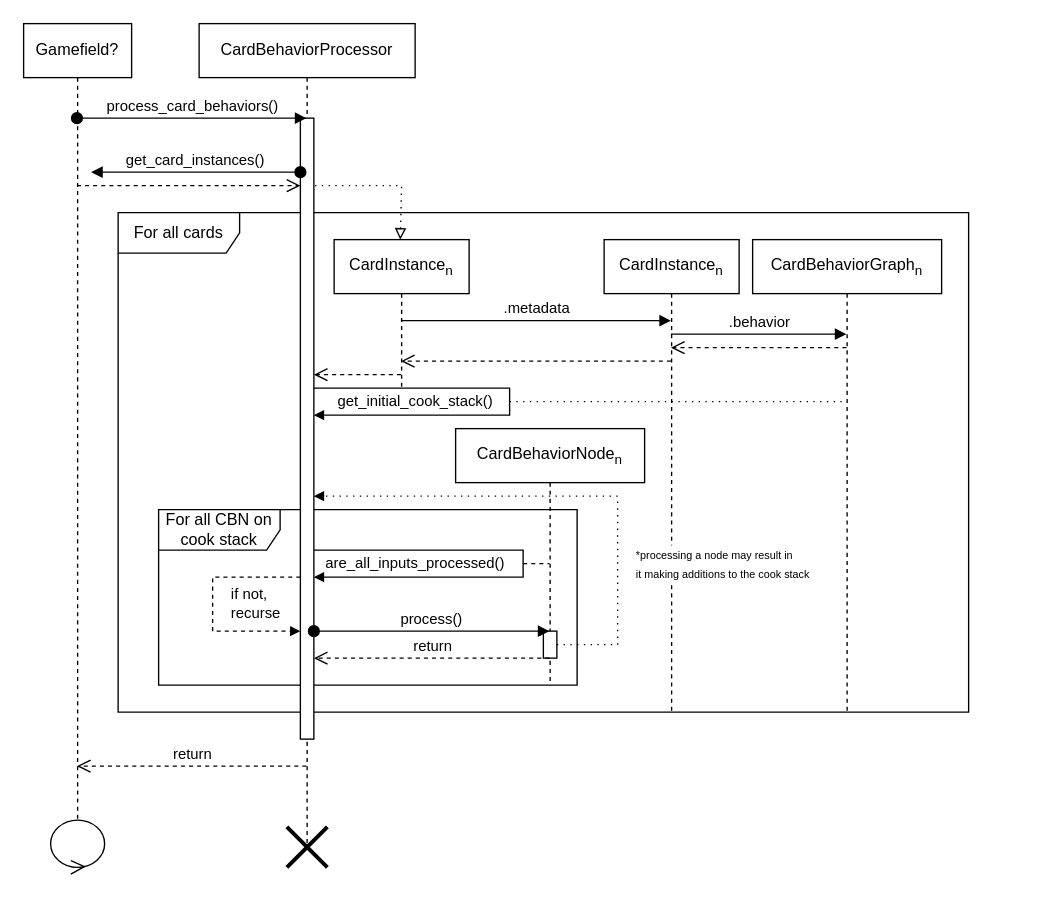
The draw.io diagram page "BehaviorProcessingSequence" (3 of 3) of uml/card-functionality-framework.dio in NobleMetalLabs/draft-game, before the edit. Source tidied: cells renumbered, new cells numbered last; positions are measured from the earlier drawing's top-left corner, leaving out a move shared by most shapes. Both pictures are drawn from the tidied source at 135%, with x=0, y=0 at pixel (23, 23).
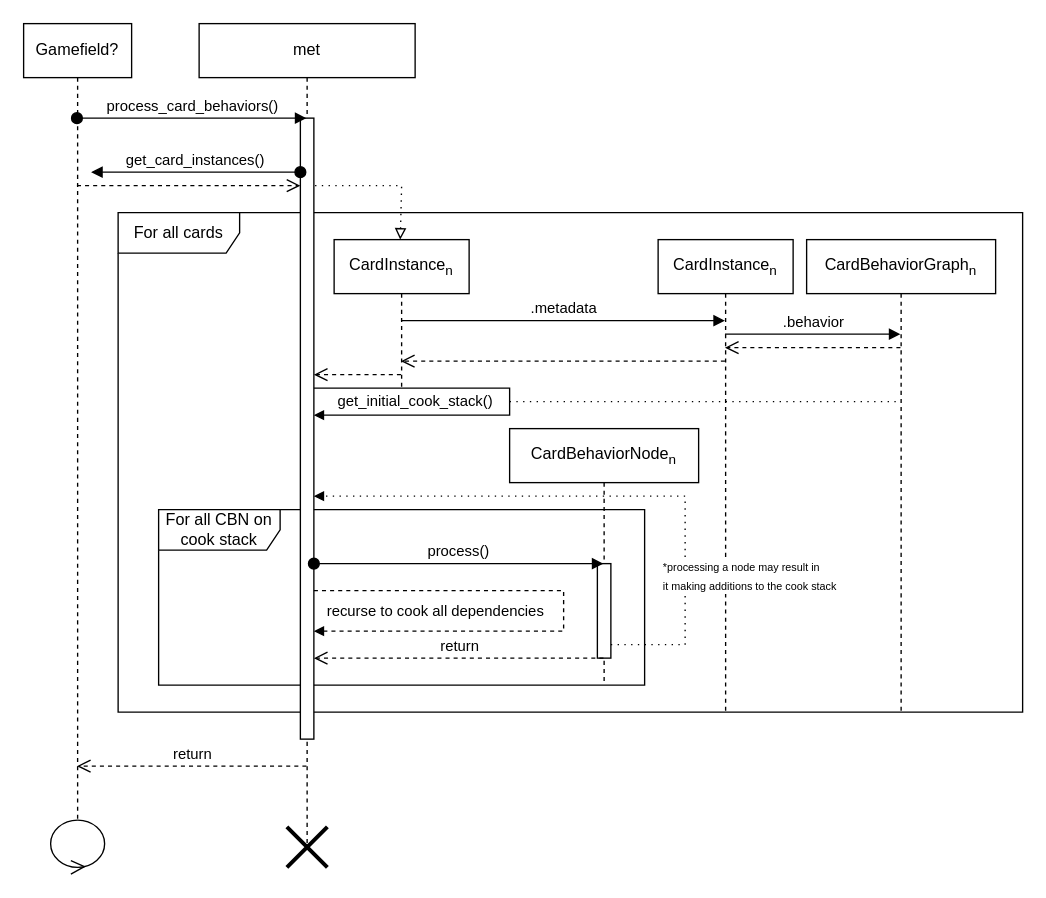
After the change.

Unchanged cells that the change refers to:
```xml
<mxCell id="5" style="html=1;points=[];perimeter=orthogonalPerimeter;" parent="4" vertex="1">
  <mxGeometry x="75" y="70" width="10" height="460" as="geometry" />
</mxCell>
```

Change to the diagram source:
```diff
@@
     <mxCell id="2" value="For all cards" style="shape=umlFrame;whiteSpace=wrap;html=1;width=90;height=30;" parent="1" vertex="1">
-      <mxGeometry x="70" y="140" width="630" height="370" as="geometry" />
+      <mxGeometry x="70" y="140" width="670" height="370" as="geometry" />
     </mxCell>
     <mxCell id="3" value="For all CBN on cook stack" style="shape=umlFrame;whiteSpace=wrap;html=1;width=90;height=30;" parent="1" vertex="1">
-      <mxGeometry x="100" y="360" width="310" height="130" as="geometry" />
+      <mxGeometry x="100" y="360" width="360" height="130" as="geometry" />
     </mxCell>
-    <mxCell id="4" value="CardBehaviorProcessor" style="shape=umlLifeline;perimeter=lifelinePerimeter;whiteSpace=wrap;html=1;outlineConnect=0;" parent="1" vertex="1">
+    <mxCell id="4" value="met" style="shape=umlLifeline;perimeter=lifelinePerimeter;whiteSpace=wrap;html=1;outlineConnect=0;" parent="1" vertex="1">
       <mxGeometry x="130" width="160" height="610" as="geometry" />
     </mxCell>
@@
-    <mxCell id="6" value="are_all_inputs_processed()" style="edgeStyle=orthogonalEdgeStyle;html=1;align=left;spacingLeft=2;endArrow=block;rounded=0;startSize=2;endSize=5;" parent="4" edge="1" source="5" target="5">
-      <mxGeometry x="-0.97" y="-10" relative="1" as="geometry">
-        <Array as="points">
-          <mxPoint x="240" y="390" />
-          <mxPoint x="240" y="410" />
-        </Array>
-      </mxGeometry>
-    </mxCell>
@@
-    <mxCell id="8" value="if not, &lt;br&gt;recurse" style="edgeStyle=orthogonalEdgeStyle;html=1;align=left;spacingLeft=2;endArrow=block;rounded=0;startSize=2;endSize=5;dashed=1;" parent="4" edge="1" source="5" target="5">
-      <mxGeometry y="10" relative="1" as="geometry">
+    <mxCell id="8" value="recurse to cook all dependencies" style="edgeStyle=orthogonalEdgeStyle;html=1;align=left;spacingLeft=2;endArrow=block;rounded=0;startSize=2;endSize=5;dashed=1;" parent="4" edge="1" source="5" target="5">
+      <mxGeometry x="0.97" y="-15" relative="1" as="geometry">
         <Array as="points">
-          <mxPoint x="10" y="410" />
-          <mxPoint x="10" y="450" />
+          <mxPoint x="270" y="420" />
+          <mxPoint x="270" y="450" />
         </Array>
       </mxGeometry>
     </mxCell>
@@
     <mxCell id="11" value="CardInstance&lt;sub&gt;n&lt;/sub&gt;" style="shape=umlLifeline;perimeter=lifelinePerimeter;whiteSpace=wrap;html=1;outlineConnect=0;" parent="1" vertex="1">
-      <mxGeometry x="430" y="160" width="100" height="350" as="geometry" />
+      <mxGeometry x="470" y="160" width="100" height="350" as="geometry" />
     </mxCell>
     <mxCell id="12" value="CardBehaviorGraph&lt;sub&gt;n&lt;/sub&gt;" style="shape=umlLifeline;perimeter=lifelinePerimeter;whiteSpace=wrap;html=1;outlineConnect=0;" parent="1" vertex="1">
-      <mxGeometry x="540" y="160" width="140" height="350" as="geometry" />
+      <mxGeometry x="580" y="160" width="140" height="350" as="geometry" />
     </mxCell>
@@
     <mxCell id="16" value="CardBehaviorNode&lt;sub&gt;n&lt;/sub&gt;" style="shape=umlLifeline;perimeter=lifelinePerimeter;whiteSpace=wrap;html=1;outlineConnect=0;" parent="1" vertex="1">
-      <mxGeometry x="320" y="300" width="140" height="190" as="geometry" />
+      <mxGeometry x="360" y="300" width="140" height="190" as="geometry" />
     </mxCell>
     <mxCell id="17" style="html=1;points=[];perimeter=orthogonalPerimeter;" parent="16" vertex="1">
-      <mxGeometry x="65" y="150" width="10" height="20" as="geometry" />
+      <mxGeometry x="65" y="100" width="10" height="70" as="geometry" />
     </mxCell>
-    <mxCell id="18" style="endArrow=none;dashed=1;html=1;rounded=0;startSize=2;endSize=5;" parent="1" edge="1" target="16">
-      <mxGeometry relative="1" as="geometry">
-        <mxPoint x="370" y="400" as="sourcePoint" />
-      </mxGeometry>
-    </mxCell>
     <mxCell id="19" value="process()" style="html=1;verticalAlign=bottom;startArrow=oval;startFill=1;endArrow=block;startSize=8;rounded=0;" parent="1" edge="1" source="5" target="16">
       <mxGeometry relative="1" as="geometry">
         <Array as="points">
-          <mxPoint x="330" y="450" />
+          <mxPoint x="330" y="400" />
         </Array>
       </mxGeometry>
     </mxCell>
@@
     <mxCell id="21" value="&lt;font style=&quot;font-size: 8px;&quot;&gt;*processing a node may result in&lt;br&gt;it making additions to the cook stack&lt;/font&gt;" style="edgeStyle=orthogonalEdgeStyle;html=1;align=left;spacingLeft=2;endArrow=block;rounded=0;startSize=2;endSize=5;dashed=1;dashPattern=1 4;" parent="1" edge="1" source="17" target="5">
-      <mxGeometry x="-0.45" y="-10" relative="1" as="geometry">
+      <mxGeometry x="-0.52" y="20" relative="1" as="geometry">
         <Array as="points">
-          <mxPoint x="440" y="460" />
-          <mxPoint x="440" y="350" />
+          <mxPoint x="490" y="460" />
+          <mxPoint x="490" y="350" />
         </Array>
       </mxGeometry>
     </mxCell>
```
